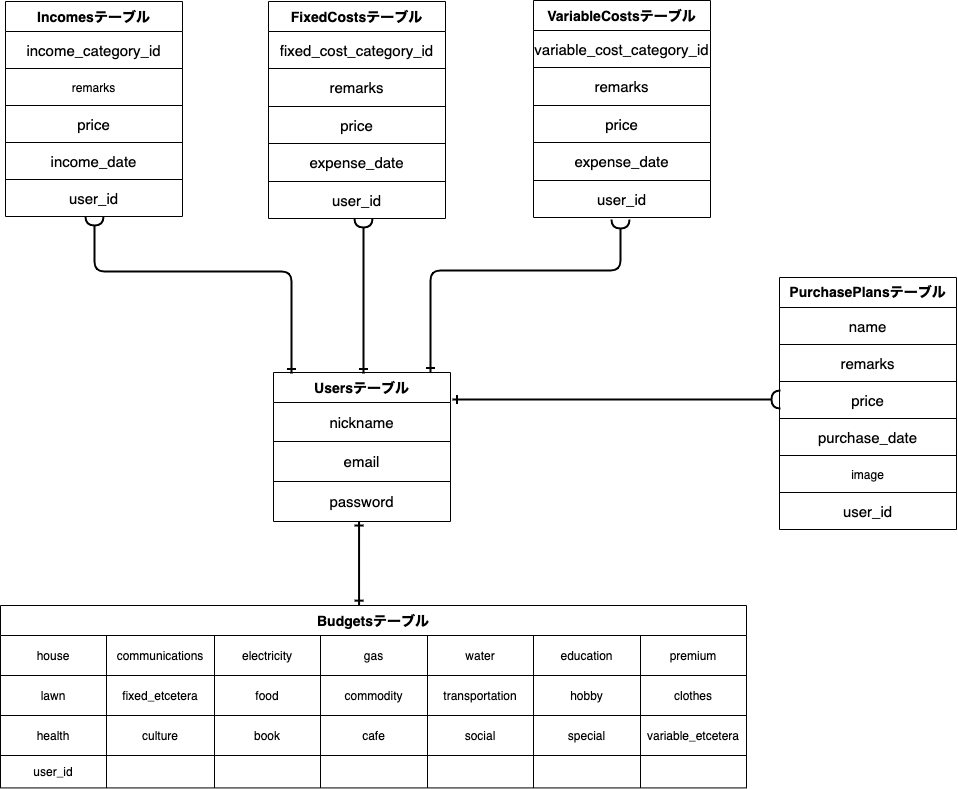
TAISEI-050523/money_book keeps this draw.io diagram as app/assets/images/ER.png. Above is the earlier version. Source tidied: cells renumbered, new cells last; positions are measured from the earlier drawing's top-left corner, leaving out a move shared by most shapes.
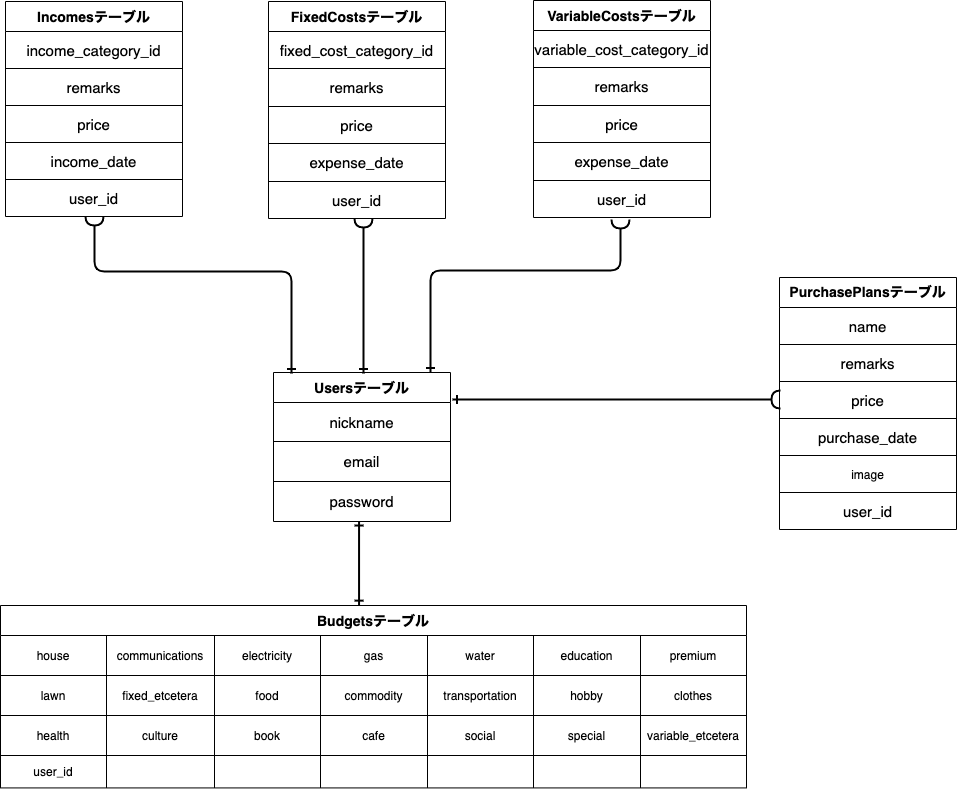
The same file after the commit.

What changed in the source:
```diff
@@ -113,7 +113,7 @@
     <mxCell id="38" style="shape=partialRectangle;html=1;whiteSpace=wrap;fillColor=none;top=0;left=0;bottom=0;right=0;" parent="35" vertex="1">
       <mxGeometry y="67" width="177" height="37" as="geometry" />
     </mxCell>
-    <mxCell id="39" value="remarks" style="shape=partialRectangle;html=1;whiteSpace=wrap;fillColor=none;top=0;left=0;bottom=0;right=0;overflow=hidden;" parent="38" vertex="1">
+    <mxCell id="39" value="&lt;span style=&quot;font-size: 15px&quot;&gt;remarks&lt;/span&gt;" style="shape=partialRectangle;html=1;whiteSpace=wrap;fillColor=none;top=0;left=0;bottom=0;right=0;overflow=hidden;" parent="38" vertex="1">
       <mxGeometry width="177" height="37" as="geometry" />
     </mxCell>
     <mxCell id="40" style="shape=partialRectangle;html=1;whiteSpace=wrap;fillColor=none;top=0;left=0;bottom=0;right=0;" parent="35" vertex="1">
```
